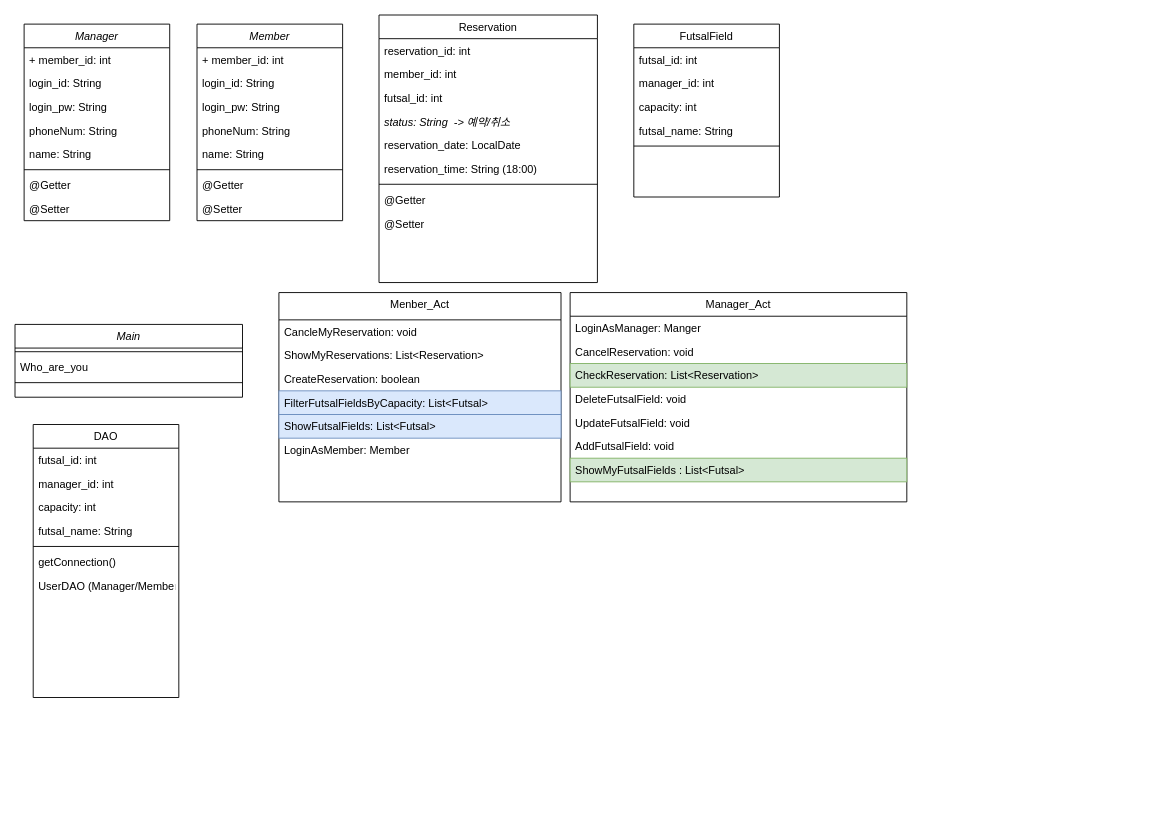
This is 풋살장 예약 시스템.drawio from mimimya/UMLs, a draw.io file, before an edit. Source tidied: cells renumbered, new cells numbered last; positions are measured from the earlier drawing's top-left corner, leaving out a move shared by most shapes. Both pictures are drawn from the tidied source at 91%, with x=0, y=0 at pixel (15, 15).
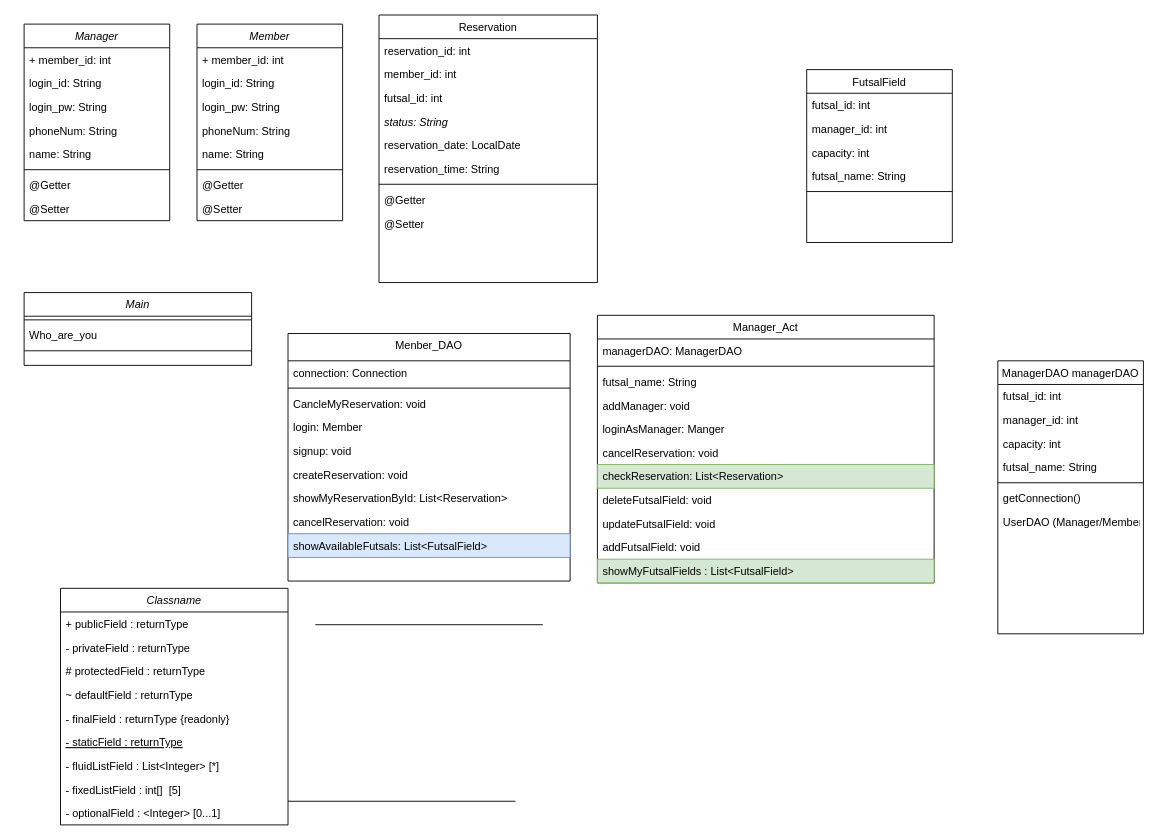
After the change.

Commit message:
풋살장 예약 시스템.drawio 업데이트

The change refers to these unchanged cells:
```xml
<mxCell id="17" value="Reservation" style="swimlane;fontStyle=0;align=center;verticalAlign=top;horizontal=1;startSize=26;rounded=0;shadow=0;strokeWidth=1;" parent="1" vertex="1">
  <mxGeometry x="400" width="240" height="294" as="geometry" />
</mxCell>
```

Diff of the diagram source:
```diff
@@
     <mxCell id="11" value="FutsalField" style="swimlane;fontStyle=0;align=center;verticalAlign=top;horizontal=1;startSize=26;rounded=0;shadow=0;strokeWidth=1;" parent="1" vertex="1">
-      <mxGeometry x="680" y="10" width="160" height="190" as="geometry" />
+      <mxGeometry x="870" y="60" width="160" height="190" as="geometry" />
     </mxCell>
@@
-    <mxCell id="21" value="status: String  -&gt; 예약/취소" style="text;align=left;verticalAlign=top;spacingLeft=4;spacingRight=4;overflow=hidden;rounded=0;shadow=0;html=0;fontStyle=2;" parent="17" vertex="1">
+    <mxCell id="21" value="status: String " style="text;align=left;verticalAlign=top;spacingLeft=4;spacingRight=4;overflow=hidden;rounded=0;shadow=0;html=0;fontStyle=2;" parent="17" vertex="1">
       <mxGeometry y="104" width="240" height="26" as="geometry" />
     </mxCell>
@@
-    <mxCell id="23" value="reservation_time: String (18:00)" style="text;align=left;verticalAlign=top;spacingLeft=4;spacingRight=4;overflow=hidden;rounded=0;shadow=0;html=0;" parent="17" vertex="1">
+    <mxCell id="23" value="reservation_time: String" style="text;align=left;verticalAlign=top;spacingLeft=4;spacingRight=4;overflow=hidden;rounded=0;shadow=0;html=0;" parent="17" vertex="1">
       <mxGeometry y="156" width="240" height="26" as="geometry" />
     </mxCell>
@@
     <mxCell id="36" value="Main" style="swimlane;fontStyle=2;align=center;verticalAlign=top;horizontal=1;startSize=26;rounded=0;shadow=0;strokeWidth=1;" parent="1" vertex="1">
-      <mxGeometry y="340" width="250" height="80" as="geometry" />
+      <mxGeometry x="10" y="305" width="250" height="80" as="geometry" />
     </mxCell>
@@
-    <mxCell id="40" value="DAO" style="swimlane;fontStyle=0;align=center;verticalAlign=top;horizontal=1;startSize=26;rounded=0;shadow=0;strokeWidth=1;" parent="1" vertex="1">
-      <mxGeometry x="20" y="450" width="160" height="300" as="geometry" />
+    <mxCell id="40" value="ManagerDAO managerDAO" style="swimlane;fontStyle=0;align=center;verticalAlign=top;horizontal=1;startSize=26;rounded=0;shadow=0;strokeWidth=1;" parent="1" vertex="1">
+      <mxGeometry x="1080" y="380" width="160" height="300" as="geometry" />
     </mxCell>
@@
     <mxCell id="48" value="Manager_Act" style="swimlane;fontStyle=0;align=center;verticalAlign=top;horizontal=1;startSize=26;rounded=0;shadow=0;strokeWidth=1;" parent="1" vertex="1">
-      <mxGeometry x="610" y="305" width="370" height="230" as="geometry" />
+      <mxGeometry x="640" y="330" width="370" height="294" as="geometry" />
     </mxCell>
+    <mxCell id="63" value="managerDAO: ManagerDAO" style="text;align=left;verticalAlign=top;spacingLeft=4;spacingRight=4;overflow=hidden;" parent="48" vertex="1">
+      <mxGeometry y="26" width="370" height="26" as="geometry" />
+    </mxCell>
+    <mxCell id="64" style="line;html=1;strokeWidth=1;align=left;verticalAlign=middle;spacingTop=-1;spacingLeft=3;spacingRight=3;labelPosition=right;" parent="48" vertex="1">
+      <mxGeometry y="52" width="370" height="8" as="geometry" />
+    </mxCell>
+    <mxCell id="65" value="futsal_name: String" style="text;align=left;verticalAlign=top;spacingLeft=4;spacingRight=4;overflow=hidden;" parent="48" vertex="1">
+      <mxGeometry y="60" width="370" height="26" as="geometry" />
+    </mxCell>
+    <mxCell id="66" value="addManager: void" style="text;align=left;verticalAlign=top;spacingLeft=4;spacingRight=4;overflow=hidden;" parent="48" vertex="1">
+      <mxGeometry y="86" width="370" height="26" as="geometry" />
+    </mxCell>
-    <mxCell id="49" value="LoginAsManager: Manger" style="text;align=left;verticalAlign=top;spacingLeft=4;spacingRight=4;overflow=hidden;" parent="48" vertex="1">
-      <mxGeometry y="26" width="370" height="26" as="geometry" />
+    <mxCell id="49" value="loginAsManager: Manger" style="text;align=left;verticalAlign=top;spacingLeft=4;spacingRight=4;overflow=hidden;" parent="48" vertex="1">
+      <mxGeometry y="112" width="370" height="26" as="geometry" />
     </mxCell>
-    <mxCell id="50" value="CancelReservation: void" style="text;align=left;verticalAlign=top;spacingLeft=4;spacingRight=4;overflow=hidden;" parent="48" vertex="1">
-      <mxGeometry y="52" width="370" height="26" as="geometry" />
+    <mxCell id="50" value="cancelReservation: void" style="text;align=left;verticalAlign=top;spacingLeft=4;spacingRight=4;overflow=hidden;" parent="48" vertex="1">
+      <mxGeometry y="138" width="370" height="26" as="geometry" />
     </mxCell>
-    <mxCell id="51" value="CheckReservation: List&lt;Reservation&gt;" style="text;align=left;verticalAlign=top;spacingLeft=4;spacingRight=4;overflow=hidden;fillColor=#d5e8d4;strokeColor=#82b366;" parent="48" vertex="1">
-      <mxGeometry y="78" width="370" height="26" as="geometry" />
+    <mxCell id="51" value="checkReservation: List&lt;Reservation&gt;" style="text;align=left;verticalAlign=top;spacingLeft=4;spacingRight=4;overflow=hidden;fillColor=#d5e8d4;strokeColor=#82b366;" parent="48" vertex="1">
+      <mxGeometry y="164" width="370" height="26" as="geometry" />
     </mxCell>
-    <mxCell id="52" value="DeleteFutsalField: void" style="text;align=left;verticalAlign=top;spacingLeft=4;spacingRight=4;overflow=hidden;" parent="48" vertex="1">
-      <mxGeometry y="104" width="370" height="26" as="geometry" />
+    <mxCell id="52" value="deleteFutsalField: void" style="text;align=left;verticalAlign=top;spacingLeft=4;spacingRight=4;overflow=hidden;" parent="48" vertex="1">
+      <mxGeometry y="190" width="370" height="26" as="geometry" />
     </mxCell>
-    <mxCell id="53" value="UpdateFutsalField: void" style="text;align=left;verticalAlign=top;spacingLeft=4;spacingRight=4;overflow=hidden;" parent="48" vertex="1">
-      <mxGeometry y="130" width="370" height="26" as="geometry" />
+    <mxCell id="53" value="updateFutsalField: void" style="text;align=left;verticalAlign=top;spacingLeft=4;spacingRight=4;overflow=hidden;" parent="48" vertex="1">
+      <mxGeometry y="216" width="370" height="26" as="geometry" />
     </mxCell>
-    <mxCell id="54" value="AddFutsalField: void" style="text;align=left;verticalAlign=top;spacingLeft=4;spacingRight=4;overflow=hidden;" parent="48" vertex="1">
-      <mxGeometry y="156" width="370" height="26" as="geometry" />
+    <mxCell id="54" value="addFutsalField: void" style="text;align=left;verticalAlign=top;spacingLeft=4;spacingRight=4;overflow=hidden;" parent="48" vertex="1">
+      <mxGeometry y="242" width="370" height="26" as="geometry" />
     </mxCell>
-    <mxCell id="55" value="ShowMyFutsalFields : List&lt;Futsal&gt;" style="text;align=left;verticalAlign=top;spacingLeft=4;spacingRight=4;overflow=hidden;fillColor=#d5e8d4;strokeColor=#82b366;" parent="48" vertex="1">
-      <mxGeometry y="182" width="370" height="26" as="geometry" />
+    <mxCell id="55" value="showMyFutsalFields : List&lt;FutsalField&gt;" style="text;align=left;verticalAlign=top;spacingLeft=4;spacingRight=4;overflow=hidden;fillColor=#d5e8d4;strokeColor=#82b366;" parent="48" vertex="1">
+      <mxGeometry y="268" width="370" height="26" as="geometry" />
     </mxCell>
-    <mxCell id="56" value="Menber_Act" style="swimlane;fontStyle=0;align=center;verticalAlign=top;horizontal=1;startSize=30;rounded=0;shadow=0;strokeWidth=1;" parent="1" vertex="1">
-      <mxGeometry x="290" y="305" width="310" height="230" as="geometry" />
+    <mxCell id="56" value="Menber_DAO" style="swimlane;fontStyle=0;align=center;verticalAlign=top;horizontal=1;startSize=30;rounded=0;shadow=0;strokeWidth=1;" parent="1" vertex="1">
+      <mxGeometry x="300" y="350" width="310" height="272" as="geometry" />
     </mxCell>
+    <mxCell id="67" value="connection: Connection" style="text;align=left;verticalAlign=top;spacingLeft=4;spacingRight=4;overflow=hidden;" parent="56" vertex="1">
+      <mxGeometry y="30" width="310" height="26" as="geometry" />
+    </mxCell>
+    <mxCell id="68" style="line;html=1;strokeWidth=1;align=left;verticalAlign=middle;spacingTop=-1;spacingLeft=3;spacingRight=3;labelPosition=right;" parent="56" vertex="1">
+      <mxGeometry y="56" width="310" height="8" as="geometry" />
+    </mxCell>
     <mxCell id="57" value="CancleMyReservation: void" style="text;align=left;verticalAlign=top;spacingLeft=4;spacingRight=4;overflow=hidden;" parent="56" vertex="1">
-      <mxGeometry y="30" width="310" height="26" as="geometry" />
+      <mxGeometry y="64" width="310" height="26" as="geometry" />
     </mxCell>
+    <mxCell id="62" value="login: Member" style="text;align=left;verticalAlign=top;spacingLeft=4;spacingRight=4;overflow=hidden;" parent="56" vertex="1">
+      <mxGeometry y="90" width="310" height="26" as="geometry" />
+    </mxCell>
+    <mxCell id="69" value="signup: void" style="text;align=left;verticalAlign=top;spacingLeft=4;spacingRight=4;overflow=hidden;" parent="56" vertex="1">
+      <mxGeometry y="116" width="310" height="26" as="geometry" />
+    </mxCell>
+    <mxCell id="59" value="createReservation: void" style="text;align=left;verticalAlign=top;spacingLeft=4;spacingRight=4;overflow=hidden;" parent="56" vertex="1">
+      <mxGeometry y="142" width="310" height="26" as="geometry" />
+    </mxCell>
-    <mxCell id="58" value="ShowMyReservations: List&lt;Reservation&gt;" style="text;align=left;verticalAlign=top;spacingLeft=4;spacingRight=4;overflow=hidden;" parent="56" vertex="1">
-      <mxGeometry y="56" width="310" height="26" as="geometry" />
+    <mxCell id="58" value="showMyReservationById: List&lt;Reservation&gt;" style="text;align=left;verticalAlign=top;spacingLeft=4;spacingRight=4;overflow=hidden;" parent="56" vertex="1">
+      <mxGeometry y="168" width="310" height="26" as="geometry" />
     </mxCell>
-    <mxCell id="59" value="CreateReservation: boolean" style="text;align=left;verticalAlign=top;spacingLeft=4;spacingRight=4;overflow=hidden;" parent="56" vertex="1">
-      <mxGeometry y="82" width="310" height="26" as="geometry" />
-    </mxCell>
-    <mxCell id="60" value="FilterFutsalFieldsByCapacity: List&lt;Futsal&gt;" style="text;align=left;verticalAlign=top;spacingLeft=4;spacingRight=4;overflow=hidden;fillColor=#dae8fc;strokeColor=#6c8ebf;" parent="56" vertex="1">
-      <mxGeometry y="108" width="310" height="26" as="geometry" />
-    </mxCell>
+    <mxCell id="70" value="cancelReservation: void" style="text;align=left;verticalAlign=top;spacingLeft=4;spacingRight=4;overflow=hidden;" parent="56" vertex="1">
+      <mxGeometry y="194" width="310" height="26" as="geometry" />
+    </mxCell>
-    <mxCell id="61" value="ShowFutsalFields: List&lt;Futsal&gt;" style="text;align=left;verticalAlign=top;spacingLeft=4;spacingRight=4;overflow=hidden;fillColor=#dae8fc;strokeColor=#6c8ebf;" parent="56" vertex="1">
-      <mxGeometry y="134" width="310" height="26" as="geometry" />
+    <mxCell id="61" value="showAvailableFutsals: List&lt;FutsalField&gt;" style="text;align=left;verticalAlign=top;spacingLeft=4;spacingRight=4;overflow=hidden;fillColor=#dae8fc;strokeColor=#6c8ebf;" parent="56" vertex="1">
+      <mxGeometry y="220" width="310" height="26" as="geometry" />
     </mxCell>
-    <mxCell id="62" value="LoginAsMember: Member" style="text;align=left;verticalAlign=top;spacingLeft=4;spacingRight=4;overflow=hidden;" parent="56" vertex="1">
-      <mxGeometry y="160" width="310" height="26" as="geometry" />
-    </mxCell>
+    <mxCell id="71" value="Classname" style="swimlane;fontStyle=2;align=center;verticalAlign=top;horizontal=1;startSize=26;rounded=0;shadow=0;strokeWidth=1;" parent="1" vertex="1">
+      <mxGeometry x="50" y="630" width="250" height="260" as="geometry" />
+    </mxCell>
+    <mxCell id="72" value="+ publicField : returnType" style="text;align=left;verticalAlign=top;spacingLeft=4;spacingRight=4;overflow=hidden;" parent="71" vertex="1">
+      <mxGeometry y="26" width="250" height="26" as="geometry" />
+    </mxCell>
+    <mxCell id="73" value="- privateField : returnType" style="text;align=left;verticalAlign=top;spacingLeft=4;spacingRight=4;overflow=hidden;" parent="71" vertex="1">
+      <mxGeometry y="52" width="250" height="26" as="geometry" />
+    </mxCell>
+    <mxCell id="74" value="# protectedField : returnType" style="text;align=left;verticalAlign=top;spacingLeft=4;spacingRight=4;overflow=hidden;" parent="71" vertex="1">
+      <mxGeometry y="78" width="250" height="26" as="geometry" />
+    </mxCell>
+    <mxCell id="75" value="~ defaultField : returnType" style="text;align=left;verticalAlign=top;spacingLeft=4;spacingRight=4;overflow=hidden;" parent="71" vertex="1">
+      <mxGeometry y="104" width="250" height="26" as="geometry" />
+    </mxCell>
+    <mxCell id="76" value="- finalField : returnType {readonly}" style="text;align=left;verticalAlign=top;spacingLeft=4;spacingRight=4;overflow=hidden;" parent="71" vertex="1">
+      <mxGeometry y="130" width="250" height="26" as="geometry" />
+    </mxCell>
+    <mxCell id="77" value="- staticField : returnType" style="text;align=left;verticalAlign=top;spacingLeft=4;spacingRight=4;overflow=hidden;fontStyle=4;" parent="71" vertex="1">
+      <mxGeometry y="156" width="250" height="26" as="geometry" />
+    </mxCell>
+    <mxCell id="78" value="- fluidListField : List&lt;Integer&gt; [*]" style="text;align=left;verticalAlign=top;spacingLeft=4;spacingRight=4;overflow=hidden;" parent="71" vertex="1">
+      <mxGeometry y="182" width="250" height="26" as="geometry" />
+    </mxCell>
+    <mxCell id="79" value="- fixedListField : int[]  [5]" style="text;align=left;verticalAlign=top;spacingLeft=4;spacingRight=4;overflow=hidden;" parent="71" vertex="1">
+      <mxGeometry y="208" width="250" height="26" as="geometry" />
+    </mxCell>
+    <mxCell id="80" value="- optionalField : &lt;Integer&gt; [0...1]" style="text;align=left;verticalAlign=top;spacingLeft=4;spacingRight=4;overflow=hidden;" parent="71" vertex="1">
+      <mxGeometry y="234" width="250" height="26" as="geometry" />
+    </mxCell>
+    <mxCell id="81" style="line;html=1;strokeWidth=1;align=left;verticalAlign=middle;spacingTop=-1;spacingLeft=3;spacingRight=3;labelPosition=right;" parent="1" vertex="1">
+      <mxGeometry x="300" y="860" width="250" height="8" as="geometry" />
+    </mxCell>
+    <mxCell id="82" style="line;html=1;strokeWidth=1;align=left;verticalAlign=middle;spacingTop=-1;spacingLeft=3;spacingRight=3;labelPosition=right;" parent="1" vertex="1">
+      <mxGeometry x="330" y="666" width="250" height="8" as="geometry" />
+    </mxCell>
```
